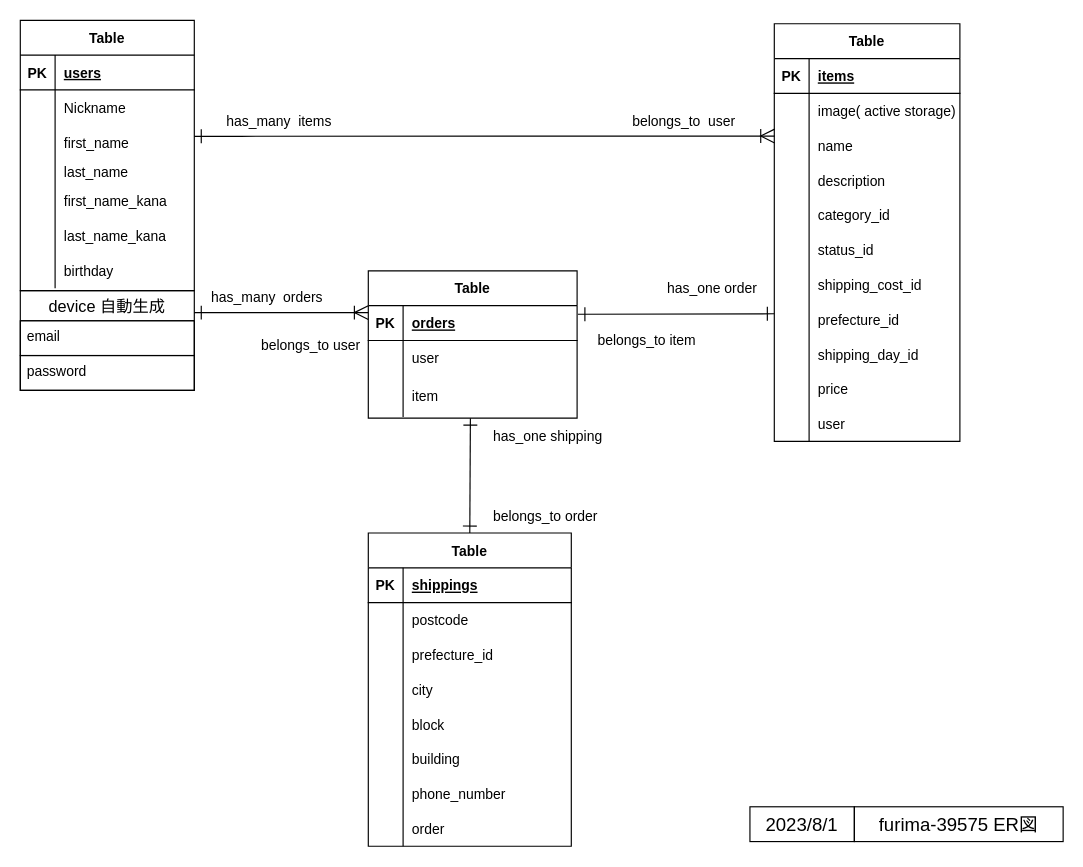
hiyak423/furima-39575 keeps this draw.io diagram as table.drawio. Above is the earlier version. Source tidied: cells renumbered, new cells numbered last; positions are measured from the earlier drawing's top-left corner, leaving out a move shared by most shapes. Both pictures are drawn from the tidied source at 116%, with x=0, y=0 at pixel (20, 20).
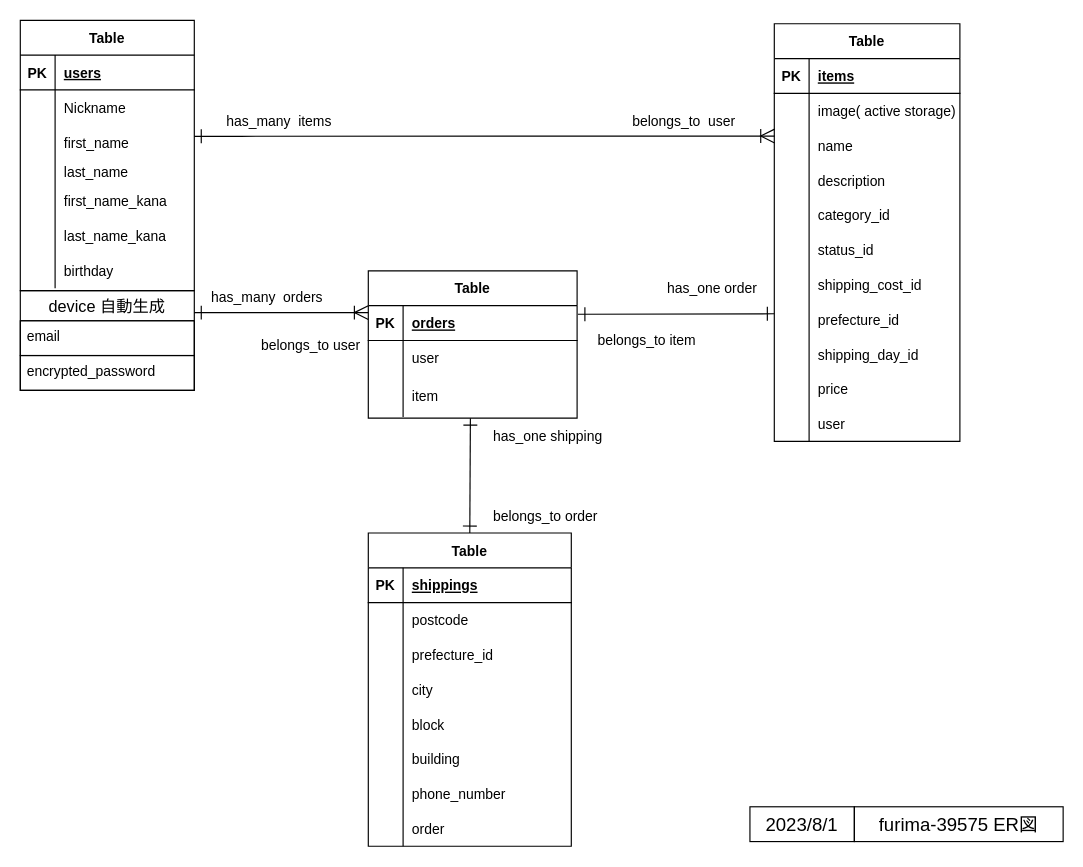
Above is the later version.

Commit message (it also covers changes not shown here):
ER図、README修正(3回目)

ER図修正
password >> encrypted_password

README修正
has_manyの記述修正
userカラムに2つ追加
>> encrypted_password
>> email

Unchanged cells that the change refers to:
```xml
<mxCell id="94" value="device 自動生成" style="swimlane;fontStyle=0;horizontal=1;startSize=26;align=center;fontSize=14;fontColor=#000000;strokeColor=#000000;fillColor=none;" parent="1" vertex="1">
  <mxGeometry y="233" width="150" height="86" as="geometry" />
</mxCell>
```

The edit, as a diff of the source:
```diff
@@
-    <mxCell id="96" value="password" style="text;strokeColor=#000000;fillColor=none;spacingLeft=4;spacingRight=4;overflow=hidden;fontSize=12;fontColor=#000000;" parent="94" vertex="1">
+    <mxCell id="96" value="encrypted_password" style="text;strokeColor=#000000;fillColor=none;spacingLeft=4;spacingRight=4;overflow=hidden;fontSize=12;fontColor=#000000;" parent="94" vertex="1">
       <mxGeometry y="56" width="150" height="30" as="geometry" />
     </mxCell>
```
